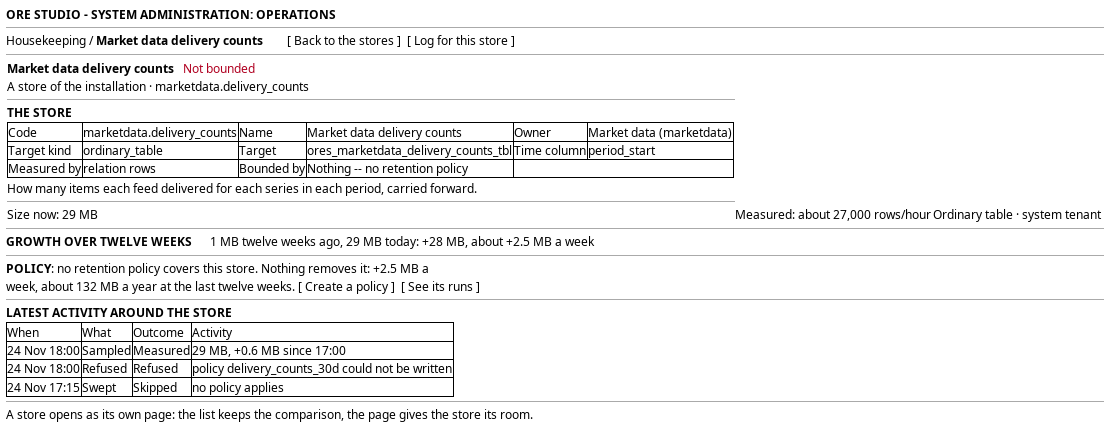
OreStudio/OreStudio keeps this PlantUML diagram as doc/knowledge/journeys/operations/wireframe_open_a_store.png. Above is the earlier version. Its source is kept beside it as doc/knowledge/journeys/operations/wireframe_open_a_store.puml.
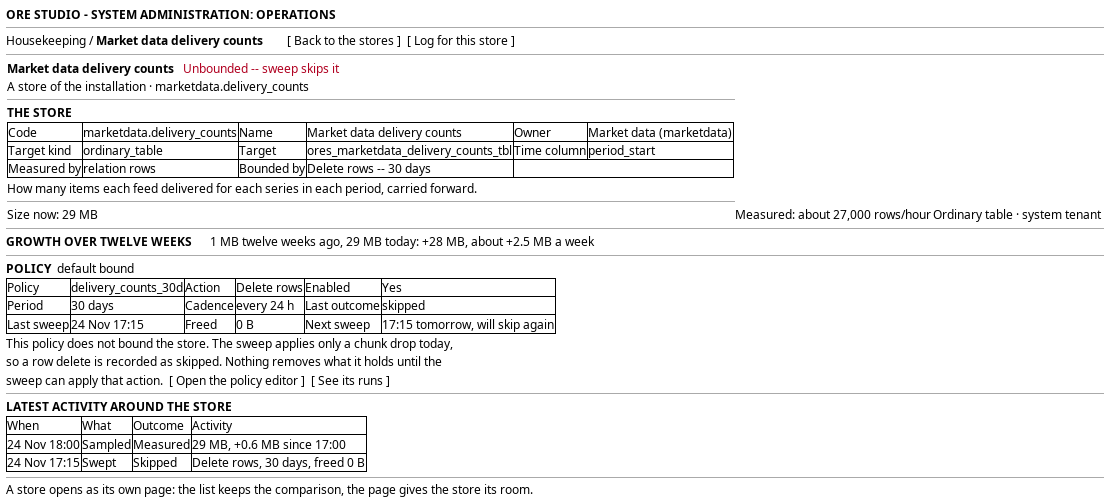
Above is the later version.

Commit message:
[knowledge] Ship every store with a default bound, and colour the absence red

Change to the diagram source:
```diff
@@ -7,14 +7,14 @@
   Housekeeping / <b>Market data delivery counts</b>        [ Back to the stores ]  [ Log for this store ]
   --
   {
-    <b>Market data delivery counts</b>   <color:#b00020>Not bounded</color>
+    <b>Market data delivery counts</b>   <color:#b00020>Unbounded -- sweep skips it</color>
     A store of the installation · marketdata.delivery_counts
     --
     <b>THE STORE</b>
     {#
       Code | marketdata.delivery_counts | Name | Market data delivery counts | Owner | Market data (marketdata)
       Target kind | ordinary_table | Target | ores_marketdata_delivery_counts_tbl | Time column | period_start
-      Measured by | relation rows | Bounded by | Nothing -- no retention policy
+      Measured by | relation rows | Bounded by | Delete rows -- 30 days
     }
     How many items each feed delivered for each series in each period, carried forward.
     --
@@ -23,15 +23,21 @@
   --
   <b>GROWTH OVER TWELVE WEEKS</b>      1 MB twelve weeks ago, 29 MB today: +28 MB, about +2.5 MB a week
   --
-  <b>POLICY</b>: no retention policy covers this store. Nothing removes it: +2.5 MB a
-  week, about 132 MB a year at the last twelve weeks. [ Create a policy ]  [ See its runs ]
+  <b>POLICY</b>  default bound
+  {#
+    Policy | delivery_counts_30d | Action | Delete rows | Enabled | Yes
+    Period | 30 days | Cadence | every 24 h | Last outcome | skipped
+    Last sweep | 24 Nov 17:15 | Freed | 0 B | Next sweep | 17:15 tomorrow, will skip again
+  }
+  This policy does not bound the store. The sweep applies only a chunk drop today,
+  so a row delete is recorded as skipped. Nothing removes what it holds until the
+  sweep can apply that action.  [ Open the policy editor ]  [ See its runs ]
   --
   <b>LATEST ACTIVITY AROUND THE STORE</b>
   {#
     When | What | Outcome | Activity
     24 Nov 18:00 | Sampled | Measured | 29 MB, +0.6 MB since 17:00
-    24 Nov 18:00 | Refused | Refused | policy delivery_counts_30d could not be written
-    24 Nov 17:15 | Swept | Skipped | no policy applies
+    24 Nov 17:15 | Swept | Skipped | Delete rows, 30 days, freed 0 B
   }
   --
   A store opens as its own page: the list keeps the comparison, the page gives the store its room.
```
